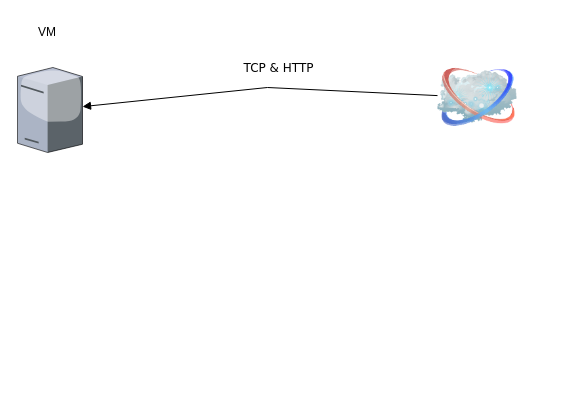
Above: Untitled Diagram.drawio in mpr1255/hello (draw.io), before the change. Source tidied: cells renumbered, new cells numbered last; positions are measured from the earlier drawing's top-left corner, leaving out a move shared by most shapes. Both pictures are drawn from the tidied source at 100%, with x=0, y=0 at pixel (17, 17).
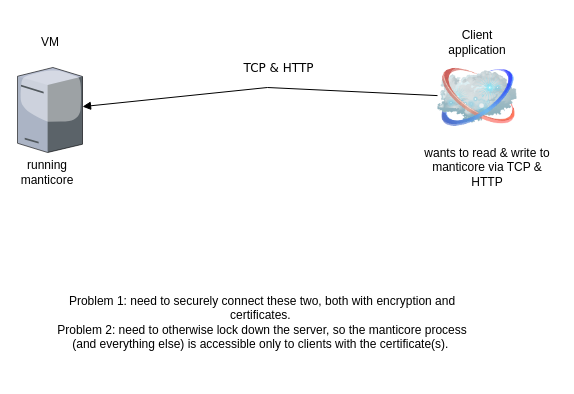
The same diagram, later.

The edit, as a diff of the source:
```diff
@@
 <mxGraphModel>
   <root>
     <mxCell id="0" />
     <mxCell id="1" parent="0" />
     <mxCell id="2" style="verticalLabelPosition=bottom;html=1;verticalAlign=top;strokeColor=none;shape=mxgraph.citrix.tower_server;rounded=0;shadow=0;comic=0;fontFamily=Verdana;" parent="1" vertex="1">
       <mxGeometry y="50" width="65" height="85" as="geometry" />
     </mxCell>
     <mxCell id="3" value="TCP &amp;amp; HTTP" style="edgeStyle=none;rounded=0;html=1;labelBackgroundColor=none;startFill=0;endArrow=block;endFill=1;strokeWidth=1;fontFamily=Verdana;fontSize=12;" parent="1" edge="1" source="4" target="2">
       <mxGeometry x="-0.1" y="-20" relative="1" as="geometry">
         <Array as="points">
           <mxPoint x="250" y="70" />
         </Array>
       </mxGeometry>
     </mxCell>
     <mxCell id="4" style="image;html=1;image=img/lib/clip_art/networking/Cloud_128x128.png;" parent="1" vertex="1">
       <mxGeometry x="420" y="40" width="80" height="80" as="geometry" />
     </mxCell>
     <mxCell id="5" value="VM" style="text;html=1;strokeColor=none;fillColor=none;align=center;verticalAlign=middle;whiteSpace=wrap;rounded=0;" parent="1" vertex="1">
-      <mxGeometry width="60" height="30" as="geometry" />
+      <mxGeometry x="2.5" y="10" width="60" height="30" as="geometry" />
     </mxCell>
+    <mxCell id="6" value="Client application" style="text;html=1;strokeColor=none;fillColor=none;align=center;verticalAlign=middle;whiteSpace=wrap;rounded=0;" parent="1" vertex="1">
+      <mxGeometry x="430" y="10" width="60" height="30" as="geometry" />
+    </mxCell>
+    <mxCell id="7" value="running manticore" style="text;html=1;strokeColor=none;fillColor=none;align=center;verticalAlign=middle;whiteSpace=wrap;rounded=0;" parent="1" vertex="1">
+      <mxGeometry y="140" width="60" height="30" as="geometry" />
+    </mxCell>
+    <mxCell id="8" value="wants to read &amp;amp; write to manticore via TCP &amp;amp; HTTP" style="text;html=1;strokeColor=none;fillColor=none;align=center;verticalAlign=middle;whiteSpace=wrap;rounded=0;" parent="1" vertex="1">
+      <mxGeometry x="400" y="130" width="140" height="40" as="geometry" />
+    </mxCell>
+    <mxCell id="9" value="Problem 1: need to securely connect these two, both with encryption and certificates.&amp;nbsp;&lt;br&gt;Problem 2: need to otherwise lock down the server, so the manticore process (and everything else) is accessible only to clients with the certificate(s).&amp;nbsp;" style="text;html=1;strokeColor=none;fillColor=none;align=center;verticalAlign=middle;whiteSpace=wrap;rounded=0;" parent="1" vertex="1">
+      <mxGeometry x="30" y="250" width="430" height="110" as="geometry" />
+    </mxCell>
   </root>
 </mxGraphModel>
```
